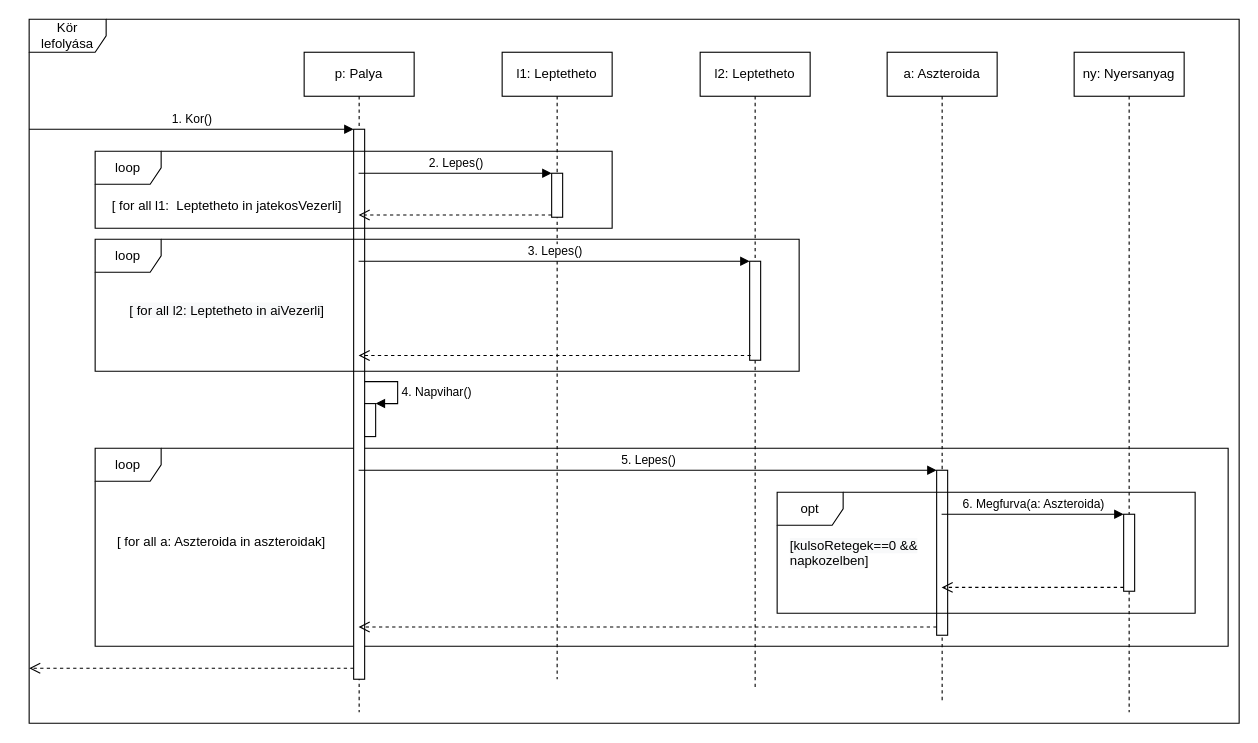
Earlier version of the draw.io diagram doc/uml/kor.drawio (torpeBoiGo/aszteroidabanyaszat). Source tidied: cells renumbered, new cells numbered last; positions are measured from the earlier drawing's top-left corner, leaving out a move shared by most shapes. Both pictures are drawn from the tidied source at 110%, with x=0, y=0 at pixel (29, 19).
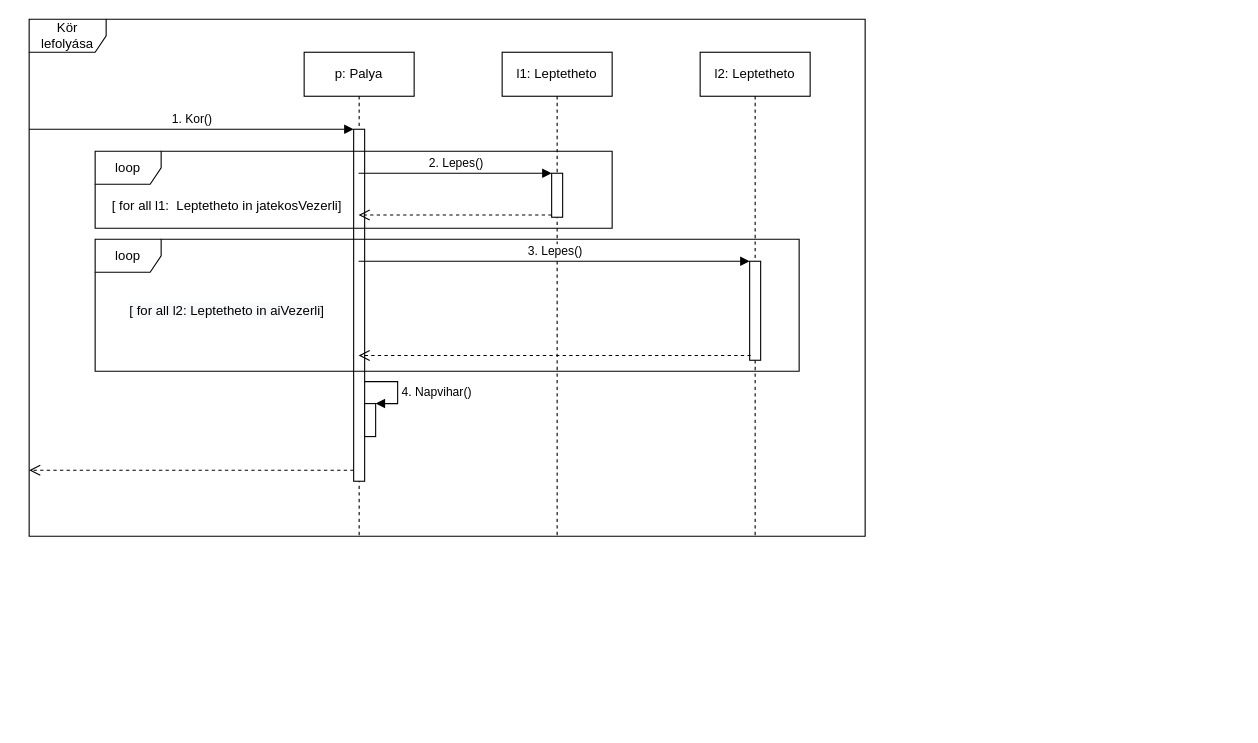
After the change.

Commit message:
Update kor.drawio: nincs aszteroida lep

Diff of the diagram source:
```diff
@@
     <mxCell id="2" value="Kör lefolyása" style="shape=umlFrame;whiteSpace=wrap;html=1;width=70;height=30;" parent="1" vertex="1">
-      <mxGeometry width="1100" height="640" as="geometry" />
+      <mxGeometry width="760" height="470" as="geometry" />
     </mxCell>
-    <mxCell id="3" value="loop" style="shape=umlFrame;whiteSpace=wrap;html=1;" parent="1" vertex="1">
-      <mxGeometry x="60" y="390" width="1030" height="180" as="geometry" />
-    </mxCell>
     <mxCell id="4" value="p: Palya" style="shape=umlLifeline;perimeter=lifelinePerimeter;whiteSpace=wrap;html=1;outlineConnect=0;" parent="1" vertex="1">
-      <mxGeometry x="250" y="30" width="100" height="600" as="geometry" />
+      <mxGeometry x="250" y="30" width="100" height="440" as="geometry" />
     </mxCell>
     <mxCell id="5" style="html=1;points=[];perimeter=orthogonalPerimeter;" parent="4" vertex="1">
-      <mxGeometry x="45" y="70" width="10" height="500" as="geometry" />
+      <mxGeometry x="45" y="70" width="10" height="320" as="geometry" />
     </mxCell>
@@
-    <mxCell id="7" style="html=1;verticalAlign=bottom;endArrow=open;dashed=1;endSize=8;exitX=0.033;exitY=0.989;exitDx=0;exitDy=0;exitPerimeter=0;" parent="4" edge="1">
-      <mxGeometry x="-0.27" y="-94" relative="1" as="geometry">
-        <mxPoint x="45" y="560" as="sourcePoint" />
-        <mxPoint x="-250" y="560" as="targetPoint" />
-      </mxGeometry>
-    </mxCell>
@@
     <mxCell id="10" value="l1: Leptetheto" style="shape=umlLifeline;perimeter=lifelinePerimeter;whiteSpace=wrap;html=1;" parent="1" vertex="1">
-      <mxGeometry x="430" y="30" width="100" height="570" as="geometry" />
+      <mxGeometry x="430" y="30" width="100" height="440" as="geometry" />
     </mxCell>
@@
     <mxCell id="12" value="l2: Leptetheto" style="shape=umlLifeline;perimeter=lifelinePerimeter;whiteSpace=wrap;html=1;" parent="1" vertex="1">
-      <mxGeometry x="610" y="30" width="100" height="580" as="geometry" />
+      <mxGeometry x="610" y="30" width="100" height="440" as="geometry" />
     </mxCell>
@@
-    <mxCell id="22" value="a: Aszteroida" style="shape=umlLifeline;perimeter=lifelinePerimeter;whiteSpace=wrap;html=1;outlineConnect=0;" parent="1" vertex="1">
-      <mxGeometry x="780" y="30" width="100" height="590" as="geometry" />
-    </mxCell>
-    <mxCell id="23" style="html=1;points=[];perimeter=orthogonalPerimeter;" parent="22" vertex="1">
-      <mxGeometry x="45" y="380" width="10" height="150" as="geometry" />
-    </mxCell>
-    <mxCell id="24" value="5. Lepes()" style="html=1;verticalAlign=bottom;endArrow=block;entryX=0;entryY=0;" parent="1" edge="1" source="4" target="23">
-      <mxGeometry relative="1" as="geometry" />
-    </mxCell>
-    <mxCell id="25" style="html=1;verticalAlign=bottom;endArrow=open;dashed=1;endSize=8;exitX=0;exitY=0.95;" parent="1" edge="1" source="23" target="4">
-      <mxGeometry relative="1" as="geometry" />
-    </mxCell>
-    <mxCell id="26" value="ny: Nyersanyag" style="shape=umlLifeline;perimeter=lifelinePerimeter;whiteSpace=wrap;html=1;" parent="1" vertex="1">
-      <mxGeometry x="950" y="30" width="100" height="600" as="geometry" />
-    </mxCell>
-    <mxCell id="27" style="html=1;points=[];perimeter=orthogonalPerimeter;" parent="26" vertex="1">
-      <mxGeometry x="45" y="420" width="10" height="70" as="geometry" />
-    </mxCell>
-    <mxCell id="28" value="6. Megfurva(a: Aszteroida)" style="html=1;verticalAlign=bottom;endArrow=block;entryX=0;entryY=0;" parent="1" edge="1" source="22" target="27">
-      <mxGeometry relative="1" as="geometry" />
-    </mxCell>
-    <mxCell id="29" style="html=1;verticalAlign=bottom;endArrow=open;dashed=1;endSize=8;exitX=0;exitY=0.95;" parent="1" edge="1" source="27" target="22">
-      <mxGeometry relative="1" as="geometry" />
-    </mxCell>
-    <mxCell id="30" value="opt" style="shape=umlFrame;whiteSpace=wrap;html=1;" parent="1" vertex="1">
-      <mxGeometry x="680" y="430" width="380" height="110" as="geometry" />
-    </mxCell>
-    <mxCell id="31" value="&lt;span style=&quot;color: rgb(0, 0, 0); font-family: helvetica; font-size: 12px; font-style: normal; font-weight: 400; letter-spacing: normal; text-align: center; text-indent: 0px; text-transform: none; word-spacing: 0px; background-color: rgb(248, 249, 250); display: inline; float: none;&quot;&gt;[kulsoRetegek==0 &amp;amp;&amp;amp; napkozelben]&lt;/span&gt;" style="text;whiteSpace=wrap;html=1;" parent="1" vertex="1">
-      <mxGeometry x="690" y="465" width="160" height="30" as="geometry" />
-    </mxCell>
-    <mxCell id="32" value="[ for all a: Aszteroida in aszteroidak]" style="text;html=1;strokeColor=none;fillColor=none;align=center;verticalAlign=middle;whiteSpace=wrap;rounded=0;" parent="1" vertex="1">
-      <mxGeometry x="70" y="465" width="210" height="20" as="geometry" />
-    </mxCell>
+    <mxCell id="7" style="html=1;verticalAlign=bottom;endArrow=open;dashed=1;endSize=8;exitX=0.033;exitY=0.989;exitDx=0;exitDy=0;exitPerimeter=0;" parent="1" edge="1">
+      <mxGeometry x="-0.27" y="-94" relative="1" as="geometry">
+        <mxPoint x="295" y="410" as="sourcePoint" />
+        <mxPoint y="410" as="targetPoint" />
+      </mxGeometry>
+    </mxCell>
```
